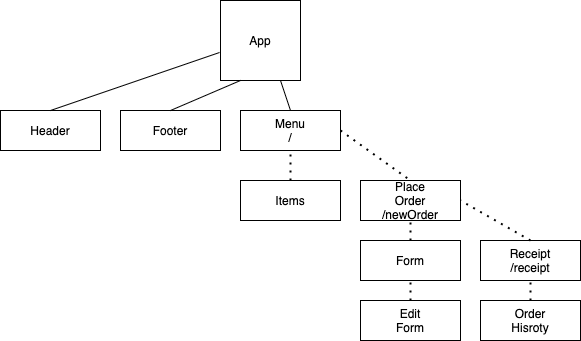
Above: Julio's Kitchen.png in jpacheco008/julios-kitchen (draw.io), before the change. Source tidied: cells renumbered, new cells last; positions are measured from the earlier drawing's top-left corner, leaving out a move shared by most shapes.
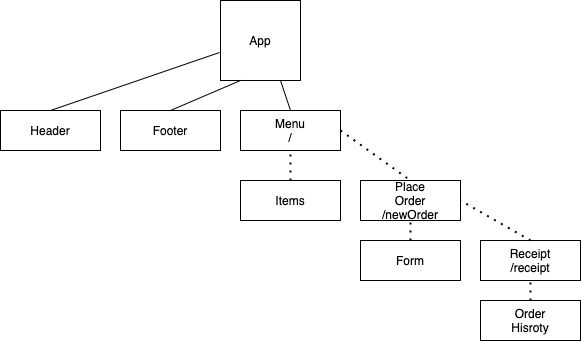
The same diagram one commit later.

What changed in the source:
```diff
@@ -61,18 +61,9 @@
     <mxCell id="20" value="Form" style="text;html=1;strokeColor=none;fillColor=none;align=center;verticalAlign=middle;whiteSpace=wrap;rounded=0;" parent="1" vertex="1">
       <mxGeometry x="390" y="250" width="40" height="20" as="geometry" />
     </mxCell>
-    <mxCell id="21" style="whiteSpace=wrap;html=1;" parent="1" vertex="1">
-      <mxGeometry x="360" y="300" width="100" height="40" as="geometry" />
-    </mxCell>
-    <mxCell id="22" value="Edit Form" style="text;html=1;strokeColor=none;fillColor=none;align=center;verticalAlign=middle;whiteSpace=wrap;rounded=0;" parent="1" vertex="1">
-      <mxGeometry x="390" y="310" width="40" height="20" as="geometry" />
-    </mxCell>
     <mxCell id="23" style="endArrow=none;dashed=1;html=1;dashPattern=1 3;strokeWidth=2;entryX=0.5;entryY=1;entryDx=0;entryDy=0;exitX=0.5;exitY=0;exitDx=0;exitDy=0;" parent="1" edge="1" source="19" target="16">
       <mxGeometry relative="1" as="geometry" />
     </mxCell>
-    <mxCell id="24" style="endArrow=none;dashed=1;html=1;dashPattern=1 3;strokeWidth=2;exitX=0.5;exitY=0;exitDx=0;exitDy=0;entryX=0.5;entryY=1;entryDx=0;entryDy=0;" parent="1" edge="1" source="21" target="19">
-      <mxGeometry relative="1" as="geometry" />
-    </mxCell>
     <mxCell id="25" style="whiteSpace=wrap;html=1;" parent="1" vertex="1">
       <mxGeometry x="480" y="240" width="100" height="40" as="geometry" />
     </mxCell>
```
